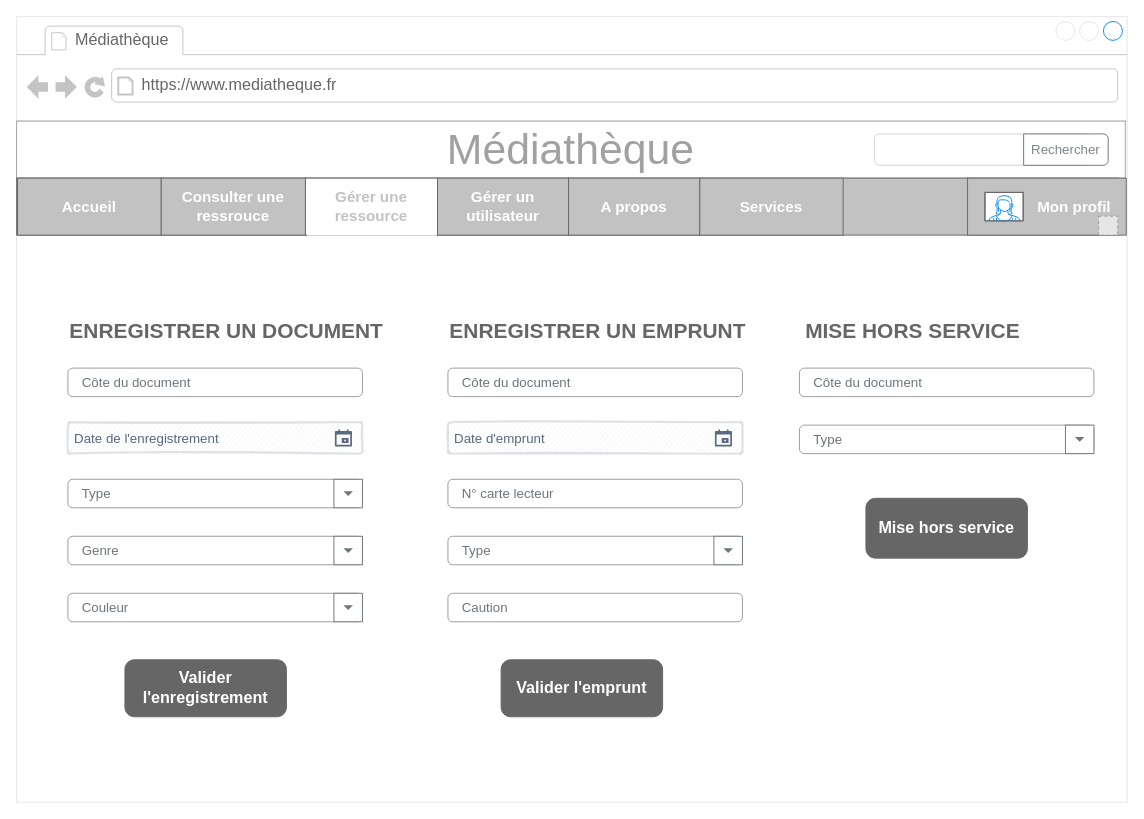
etienneoceane/CDA keeps this draw.io diagram as page "Enregistrer un emprunt_P" (4 of 12) of BDD/Développer des composants d'interface/Maquetter_une_application/UX_UI/Maquette_mediatheque.drawio. Above is the earlier version. Source tidied: cells renumbered, new cells numbered last; positions are measured from the earlier drawing's top-left corner, leaving out a move shared by most shapes. Both pictures are drawn from the tidied source at 95%, with x=0, y=0 at pixel (16, 16). Pictures stored in the file or linked from it are replaced by grey dashed boxes.
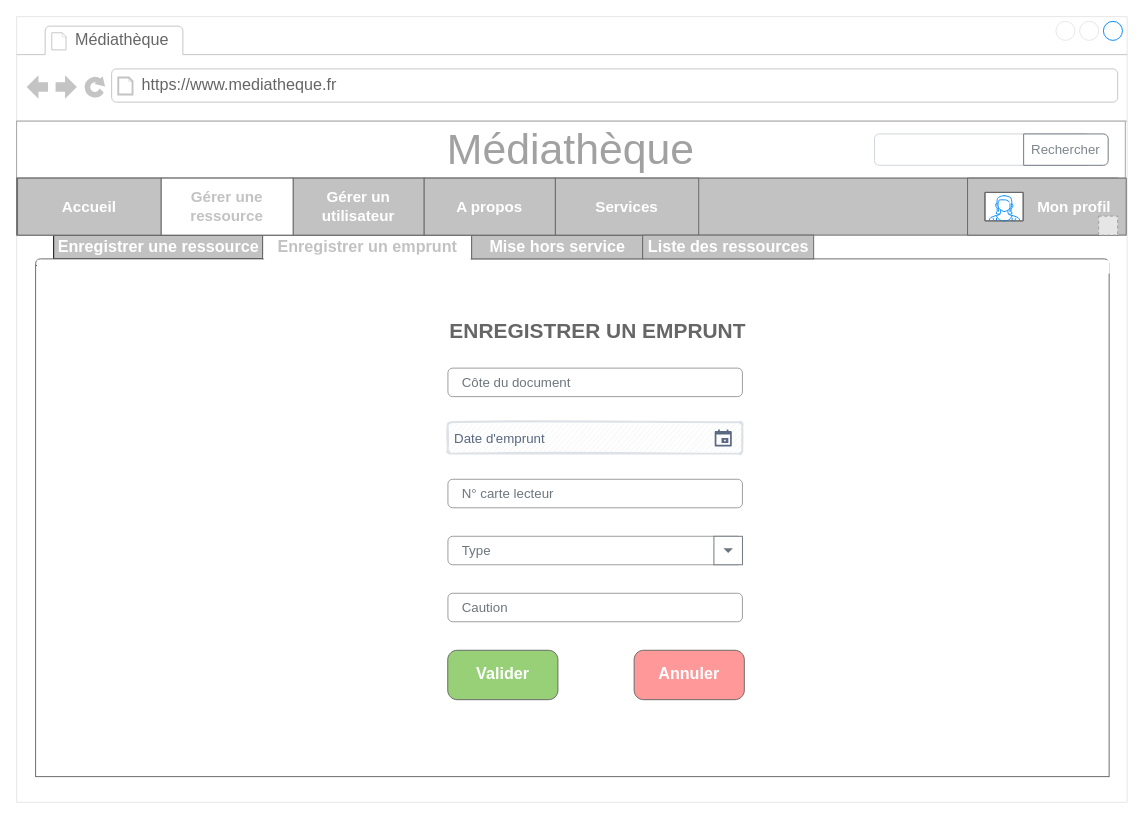
The same diagram, later.

The change refers to these unchanged cells:
```xml
<mxCell id="2" style="strokeWidth=1;shadow=0;dashed=0;align=center;html=1;shape=mxgraph.mockup.containers.browserWindow;rSize=0;strokeColor=#E6E6E6;strokeColor2=#008cff;strokeColor3=#c4c4c4;mainText=,;" parent="1" vertex="1">
  <mxGeometry width="1169" height="827" as="geometry" />
</mxCell>
```

Diff of the diagram source:
```diff
@@
+    <mxCell id="49" style="strokeWidth=1;shadow=0;dashed=0;align=center;html=1;shape=mxgraph.mockup.containers.marginRect2;rectMarginTop=32;strokeColor=#666666;gradientColor=none;labelBackgroundColor=none;labelBorderColor=none;fontColor=#666666;fontStyle=1;" parent="2" vertex="1">
+      <mxGeometry x="20" y="230" width="1130" height="570" as="geometry" />
+    </mxCell>
+    <mxCell id="50" value="Enregistrer une ressource" style="strokeColor=#000000;fillColor=#C2C2C2;strokeWidth=1;shadow=0;dashed=0;align=center;html=1;shape=mxgraph.mockup.containers.rrect;rSize=0;fontSize=17;gradientColor=none;labelBackgroundColor=none;labelBorderColor=none;fontColor=#FFFFFF;fontStyle=1;" parent="49" vertex="1">
+      <mxGeometry width="220" height="25" relative="1" as="geometry">
+        <mxPoint x="19" as="offset" />
+      </mxGeometry>
+    </mxCell>
+    <mxCell id="51" style="strokeWidth=1;shadow=0;dashed=0;align=center;html=1;shape=mxgraph.mockup.containers.topButton;rSize=5;strokeColor=#666666;fillColor=#FFFFFF;gradientColor=none;labelBackgroundColor=none;labelBorderColor=none;fontColor=none;noLabel=1;" parent="49" vertex="1">
+      <mxGeometry width="1130" height="7" relative="1" as="geometry">
+        <mxPoint y="25" as="offset" />
+      </mxGeometry>
+    </mxCell>
+    <mxCell id="52" style="rounded=0;whiteSpace=wrap;html=1;shadow=0;labelBackgroundColor=#666666;labelBorderColor=none;fontColor=none;strokeColor=#FFFFFF;fillColor=#FFFFFF;" parent="49" vertex="1">
+      <mxGeometry x="2" y="27" width="1128" height="13" as="geometry" />
+    </mxCell>
+    <mxCell id="20" value="&lt;font style=&quot;font-size: 14px&quot;&gt;Date d'emprunt&lt;/font&gt;" style="rounded=1;arcSize=9;fillColor=#F7F8F9;align=left;spacingLeft=5;strokeColor=#DEE1E6;html=1;strokeWidth=2;fontColor=#596780;fontSize=12;sketch=1;hachureGap=4;fontFamily=Helvetica;shadow=0;labelBackgroundColor=none;" parent="49" vertex="1">
+      <mxGeometry x="433.8" y="197" width="310" height="33" as="geometry" />
+    </mxCell>
+    <mxCell id="53" style="shape=mxgraph.gmdl.calendar;fillColor=#5A6881;strokeColor=none;sketch=0;hachureGap=4;fontFamily=Architects Daughter;fontSize=20;shadow=0;labelBackgroundColor=none;fontColor=#666666;" parent="20" vertex="1">
+      <mxGeometry x="1" y="0.5" width="18" height="18" relative="1" as="geometry">
+        <mxPoint x="-29" y="-9" as="offset" />
+      </mxGeometry>
+    </mxCell>
+    <mxCell id="54" value="Annuler" style="strokeWidth=1;shadow=0;dashed=0;align=center;html=1;shape=mxgraph.mockup.buttons.button;strokeColor=#666666;fontColor=#ffffff;mainText=;buttonStyle=round;fontSize=17;fontStyle=1;fillColor=#FF9999;whiteSpace=wrap;labelBackgroundColor=none;fontFamily=Helvetica;" parent="49" vertex="1">
+      <mxGeometry x="630" y="437" width="116" height="52" as="geometry" />
+    </mxCell>
+    <mxCell id="23" value="Valider" style="strokeWidth=1;shadow=0;dashed=0;align=center;html=1;shape=mxgraph.mockup.buttons.button;strokeColor=#666666;fontColor=#ffffff;mainText=;buttonStyle=round;fontSize=17;fontStyle=1;fillColor=#97D077;whiteSpace=wrap;labelBackgroundColor=none;fontFamily=Helvetica;" parent="49" vertex="1">
+      <mxGeometry x="433.8" y="437" width="116" height="52" as="geometry" />
+    </mxCell>
+    <mxCell id="55" value="Enregistrer un emprunt" style="strokeWidth=1;shadow=0;dashed=0;align=center;html=1;shape=mxgraph.mockup.containers.rrect;rSize=0;fontSize=17;fontColor=#C2C2C2;strokeColor=#666666;fillColor=#FFFFFF;labelBackgroundColor=none;labelBorderColor=none;fontStyle=1;" parent="2" vertex="1">
+      <mxGeometry width="220" height="25" relative="1" as="geometry">
+        <mxPoint x="259" y="230" as="offset" />
+      </mxGeometry>
+    </mxCell>
+    <mxCell id="24" value="Mise hors service" style="strokeColor=#666666;fillColor=#C2C2C2;strokeWidth=1;shadow=0;align=center;html=1;shape=mxgraph.mockup.containers.rrect;rSize=0;fontSize=17;labelBackgroundColor=none;labelBorderColor=none;fontColor=#FFFFFF;fontStyle=1;" parent="2" vertex="1">
+      <mxGeometry width="180" height="25" relative="1" as="geometry">
+        <mxPoint x="479" y="230" as="offset" />
+      </mxGeometry>
+    </mxCell>
@@
     <mxCell id="8" value="Services" style="rounded=0;whiteSpace=wrap;html=1;fontSize=16;fontColor=#FFFFFF;strokeColor=#666666;fillColor=#C2C2C2;fontStyle=1;" parent="2" vertex="1">
-      <mxGeometry x="719" y="170" width="151" height="60" as="geometry" />
+      <mxGeometry x="567" y="170" width="151" height="60" as="geometry" />
     </mxCell>
-    <mxCell id="9" value="Consulter une ressrouce" style="rounded=0;whiteSpace=wrap;html=1;fontSize=16;strokeColor=#666666;fillColor=#C2C2C2;fontColor=#FFFFFF;fontStyle=1;" parent="2" vertex="1">
-      <mxGeometry x="152" y="170" width="152" height="60" as="geometry" />
-    </mxCell>
     <mxCell id="10" value="Gérer un utilisateur" style="rounded=0;whiteSpace=wrap;html=1;fontSize=16;strokeColor=#666666;fillColor=#C2C2C2;fontColor=#FFFFFF;fontStyle=1;" parent="2" vertex="1">
-      <mxGeometry x="443" y="170" width="138" height="60" as="geometry" />
+      <mxGeometry x="291" y="170" width="138" height="60" as="geometry" />
     </mxCell>
-    <mxCell id="11" value="A propos" style="rounded=0;whiteSpace=wrap;html=1;fontSize=16;strokeColor=#666666;fillColor=#C2C2C2;fontColor=#FFFFFF;fontStyle=1;" parent="2" vertex="1">
-      <mxGeometry x="581" y="170" width="138" height="60" as="geometry" />
-    </mxCell>
     <mxCell id="12" value="Gérer une ressource" style="rounded=0;whiteSpace=wrap;html=1;fontSize=16;strokeColor=#666666;fillColor=#FFFFFF;fontColor=#C2C2C2;fontStyle=1;" parent="2" vertex="1">
-      <mxGeometry x="304" y="170" width="139" height="60" as="geometry" />
+      <mxGeometry x="152" y="170" width="139" height="60" as="geometry" />
     </mxCell>
@@
-    <mxCell id="14" style="rounded=0;whiteSpace=wrap;html=1;shadow=0;labelBackgroundColor=none;fontSize=29;strokeColor=#FFFFFF;fillColor=#FFFFFF;" parent="2" vertex="1">
-      <mxGeometry x="306" y="228.5" width="136" height="1.5" as="geometry" />
-    </mxCell>
@@
-    <mxCell id="17" value="MISE HORS SERVICE" style="fillColor=none;strokeColor=none;align=left;fontSize=22;fontColor=#666666;shadow=0;labelBackgroundColor=none;fontStyle=1;fontFamily=Helvetica;" parent="2" vertex="1">
-      <mxGeometry x="828.5" y="287" width="331.5" height="83" as="geometry" />
-    </mxCell>
-    <mxCell id="18" value="Côte du document" style="html=1;shadow=0;dashed=0;shape=mxgraph.bootstrap.rrect;rSize=5;fillColor=none;strokeColor=#999999;align=left;spacing=15;fontSize=14;fontColor=#6C767D;labelBackgroundColor=none;" parent="2" vertex="1">
-      <mxGeometry x="824" y="370" width="310" height="30" as="geometry" />
-    </mxCell>
@@
-    <mxCell id="20" value="&lt;font style=&quot;font-size: 14px&quot;&gt;Date d'emprunt&lt;/font&gt;" style="rounded=1;arcSize=9;fillColor=#F7F8F9;align=left;spacingLeft=5;strokeColor=#DEE1E6;html=1;strokeWidth=2;fontColor=#596780;fontSize=12;sketch=1;hachureGap=4;fontFamily=Helvetica;shadow=0;labelBackgroundColor=none;" parent="2" vertex="1">
-      <mxGeometry x="454" y="427" width="310" height="33" as="geometry" />
-    </mxCell>
-    <mxCell id="21" style="shape=mxgraph.gmdl.calendar;fillColor=#5A6881;strokeColor=none;sketch=0;hachureGap=4;fontFamily=Architects Daughter;fontSize=20;shadow=0;labelBackgroundColor=none;fontColor=#666666;" parent="20" vertex="1">
-      <mxGeometry x="1" y="0.5" width="18" height="18" relative="1" as="geometry">
-        <mxPoint x="-29" y="-9" as="offset" />
-      </mxGeometry>
-    </mxCell>
@@
-    <mxCell id="23" value="Valider l'emprunt" style="strokeWidth=1;shadow=0;dashed=0;align=center;html=1;shape=mxgraph.mockup.buttons.button;strokeColor=#666666;fontColor=#ffffff;mainText=;buttonStyle=round;fontSize=17;fontStyle=1;fillColor=#666666;whiteSpace=wrap;labelBackgroundColor=none;fontFamily=Helvetica;" parent="2" vertex="1">
-      <mxGeometry x="510" y="677" width="170" height="60" as="geometry" />
-    </mxCell>
-    <mxCell id="24" value="Mise hors service" style="strokeWidth=1;shadow=0;dashed=0;align=center;html=1;shape=mxgraph.mockup.buttons.button;strokeColor=#666666;fontColor=#ffffff;mainText=;buttonStyle=round;fontSize=17;fontStyle=1;fillColor=#666666;whiteSpace=wrap;labelBackgroundColor=none;fontFamily=Helvetica;" parent="2" vertex="1">
-      <mxGeometry x="894" y="507" width="170" height="63" as="geometry" />
-    </mxCell>
@@
-    <mxCell id="28" value="ENREGISTRER UN DOCUMENT" style="fillColor=none;strokeColor=none;align=left;fontSize=22;fontColor=#666666;shadow=0;labelBackgroundColor=none;fontStyle=1;fontFamily=Helvetica;" parent="2" vertex="1">
-      <mxGeometry x="54" y="287" width="366" height="83" as="geometry" />
-    </mxCell>
-    <mxCell id="29" value="Côte du document" style="html=1;shadow=0;dashed=0;shape=mxgraph.bootstrap.rrect;rSize=5;fillColor=none;strokeColor=#999999;align=left;spacing=15;fontSize=14;fontColor=#6C767D;labelBackgroundColor=none;" parent="2" vertex="1">
-      <mxGeometry x="54" y="370" width="310" height="30" as="geometry" />
-    </mxCell>
-    <mxCell id="30" value="&lt;font style=&quot;font-size: 14px&quot;&gt;Date de l'enregistrement&lt;/font&gt;" style="rounded=1;arcSize=9;fillColor=#F7F8F9;align=left;spacingLeft=5;strokeColor=#DEE1E6;html=1;strokeWidth=2;fontColor=#596780;fontSize=12;sketch=1;hachureGap=4;fontFamily=Helvetica;shadow=0;labelBackgroundColor=none;" parent="2" vertex="1">
-      <mxGeometry x="54" y="427" width="310" height="33" as="geometry" />
-    </mxCell>
-    <mxCell id="31" style="shape=mxgraph.gmdl.calendar;fillColor=#5A6881;strokeColor=none;sketch=0;hachureGap=4;fontFamily=Architects Daughter;fontSize=20;shadow=0;labelBackgroundColor=none;fontColor=#666666;" parent="30" vertex="1">
-      <mxGeometry x="1" y="0.5" width="18" height="18" relative="1" as="geometry">
-        <mxPoint x="-29" y="-9" as="offset" />
-      </mxGeometry>
-    </mxCell>
-    <mxCell id="32" value="Valider l'enregistrement" style="strokeWidth=1;shadow=0;dashed=0;align=center;html=1;shape=mxgraph.mockup.buttons.button;strokeColor=#666666;fontColor=#ffffff;mainText=;buttonStyle=round;fontSize=17;fontStyle=1;fillColor=#666666;whiteSpace=wrap;labelBackgroundColor=none;fontFamily=Helvetica;" parent="2" vertex="1">
-      <mxGeometry x="114" y="677" width="170" height="60" as="geometry" />
-    </mxCell>
-    <mxCell id="33" value="Type" style="html=1;shadow=0;dashed=0;shape=mxgraph.bootstrap.rrect;rSize=5;fillColor=none;strokeColor=#999999;align=left;spacing=15;fontSize=14;fontColor=#6C767D;labelBackgroundColor=none;" parent="2" vertex="1">
-      <mxGeometry x="54" y="487" width="310" height="30" as="geometry" />
-    </mxCell>
-    <mxCell id="34" style="html=1;shadow=0;dashed=0;strokeColor=#6C757D;gradientColor=inherit;fontColor=inherit;fillColor=inherit;perimeter=none;whiteSpace=wrap;fontSize=14;labelBackgroundColor=none;fontFamily=Helvetica;" parent="2" vertex="1">
-      <mxGeometry x="334" y="487" width="30" height="30" as="geometry" />
-    </mxCell>
-    <mxCell id="35" style="shape=triangle;direction=south;fillColor=#6C767D;strokeColor=none;perimeter=none;shadow=0;labelBackgroundColor=none;fontFamily=Helvetica;fontSize=22;fontColor=#666666;" parent="34" vertex="1">
-      <mxGeometry x="0.5" y="0.5" width="10" height="5" relative="1" as="geometry">
-        <mxPoint x="-5" y="-2.5" as="offset" />
-      </mxGeometry>
-    </mxCell>
-    <mxCell id="36" value="Genre" style="html=1;shadow=0;dashed=0;shape=mxgraph.bootstrap.rrect;rSize=5;fillColor=none;strokeColor=#999999;align=left;spacing=15;fontSize=14;fontColor=#6C767D;labelBackgroundColor=none;" parent="2" vertex="1">
-      <mxGeometry x="54" y="547" width="310" height="30" as="geometry" />
-    </mxCell>
-    <mxCell id="37" style="html=1;shadow=0;dashed=0;strokeColor=#6C757D;gradientColor=inherit;fontColor=inherit;fillColor=inherit;perimeter=none;whiteSpace=wrap;fontSize=14;labelBackgroundColor=none;fontFamily=Helvetica;" parent="2" vertex="1">
-      <mxGeometry x="334" y="547" width="30" height="30" as="geometry" />
-    </mxCell>
-    <mxCell id="38" style="shape=triangle;direction=south;fillColor=#6C767D;strokeColor=none;perimeter=none;shadow=0;labelBackgroundColor=none;fontFamily=Helvetica;fontSize=22;fontColor=#666666;" parent="37" vertex="1">
-      <mxGeometry x="0.5" y="0.5" width="10" height="5" relative="1" as="geometry">
-        <mxPoint x="-5" y="-2.5" as="offset" />
-      </mxGeometry>
-    </mxCell>
-    <mxCell id="39" value="Couleur" style="html=1;shadow=0;dashed=0;shape=mxgraph.bootstrap.rrect;rSize=5;fillColor=none;strokeColor=#999999;align=left;spacing=15;fontSize=14;fontColor=#6C767D;labelBackgroundColor=none;" parent="2" vertex="1">
-      <mxGeometry x="54" y="607" width="310" height="30" as="geometry" />
-    </mxCell>
-    <mxCell id="40" style="html=1;shadow=0;dashed=0;strokeColor=#6C757D;gradientColor=inherit;fontColor=inherit;fillColor=inherit;perimeter=none;whiteSpace=wrap;fontSize=14;labelBackgroundColor=none;fontFamily=Helvetica;" parent="2" vertex="1">
-      <mxGeometry x="334" y="607" width="30" height="30" as="geometry" />
-    </mxCell>
-    <mxCell id="41" style="shape=triangle;direction=south;fillColor=#6C767D;strokeColor=none;perimeter=none;shadow=0;labelBackgroundColor=none;fontFamily=Helvetica;fontSize=22;fontColor=#666666;" parent="40" vertex="1">
-      <mxGeometry x="0.5" y="0.5" width="10" height="5" relative="1" as="geometry">
-        <mxPoint x="-5" y="-2.5" as="offset" />
-      </mxGeometry>
-    </mxCell>
@@
-    <mxCell id="45" value="Type" style="html=1;shadow=0;dashed=0;shape=mxgraph.bootstrap.rrect;rSize=5;fillColor=none;strokeColor=#999999;align=left;spacing=15;fontSize=14;fontColor=#6C767D;labelBackgroundColor=none;" parent="2" vertex="1">
-      <mxGeometry x="824" y="430" width="310" height="30" as="geometry" />
-    </mxCell>
-    <mxCell id="46" style="html=1;shadow=0;dashed=0;strokeColor=#6C757D;gradientColor=inherit;fontColor=inherit;fillColor=inherit;perimeter=none;whiteSpace=wrap;fontSize=14;labelBackgroundColor=none;fontFamily=Helvetica;" parent="2" vertex="1">
-      <mxGeometry x="1104" y="430" width="30" height="30" as="geometry" />
-    </mxCell>
-    <mxCell id="47" style="shape=triangle;direction=south;fillColor=#6C767D;strokeColor=none;perimeter=none;shadow=0;labelBackgroundColor=none;fontFamily=Helvetica;fontSize=22;fontColor=#666666;" parent="46" vertex="1">
-      <mxGeometry x="0.5" y="0.5" width="10" height="5" relative="1" as="geometry">
-        <mxPoint x="-5" y="-2.5" as="offset" />
-      </mxGeometry>
-    </mxCell>
@@
+    <mxCell id="11" value="A propos" style="rounded=0;whiteSpace=wrap;html=1;fontSize=16;strokeColor=#666666;fillColor=#C2C2C2;fontColor=#FFFFFF;fontStyle=1;" parent="2" vertex="1">
+      <mxGeometry x="429" y="170" width="138" height="60" as="geometry" />
+    </mxCell>
+    <mxCell id="56" style="rounded=0;whiteSpace=wrap;html=1;shadow=0;labelBackgroundColor=#666666;labelBorderColor=none;fontColor=none;strokeColor=#FFFFFF;fillColor=#FFFFFF;" parent="2" vertex="1">
+      <mxGeometry x="260.5" y="251" width="217" height="30" as="geometry" />
+    </mxCell>
+    <mxCell id="57" value="Liste des ressources" style="strokeColor=#666666;fillColor=#C2C2C2;strokeWidth=1;shadow=0;align=center;html=1;shape=mxgraph.mockup.containers.rrect;rSize=0;fontSize=17;labelBackgroundColor=none;labelBorderColor=none;fontColor=#FFFFFF;fontStyle=1;" parent="1" vertex="1">
+      <mxGeometry x="659" y="230" width="180" height="25" as="geometry" />
+    </mxCell>
```
